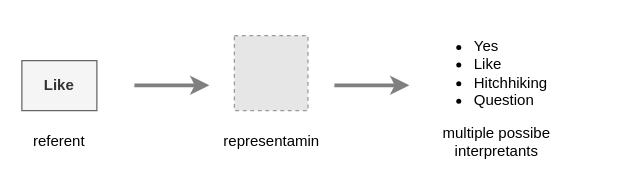
Above: page "semiotics" (3 of 6) of files/Paper-on-Loops-in-AI-and-Consciousness.drawio in malcolmlett/malcolmlett.github.io (draw.io), before the change. Source tidied: cells renumbered, new cells numbered last; positions are measured from the earlier drawing's top-left corner, leaving out a move shared by most shapes. Both pictures are drawn from the tidied source at 125%, with x=0, y=0 at pixel (21, 35). Pictures stored in the file or linked from it are replaced by grey dashed boxes.
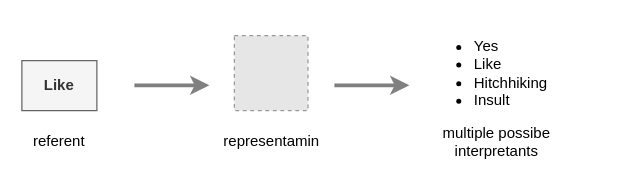
Above is the later version.

Diff of the diagram source:
```diff
@@
 <mxGraphModel>
   <root>
     <mxCell id="0" />
     <mxCell id="1" parent="0" />
     <mxCell id="2" style="fillColor=#E6E6E6;strokeColor=#999999;dashed=1;verticalLabelPosition=bottom;labelBackgroundColor=#ffffff;verticalAlign=top;" parent="1" vertex="1">
       <mxGeometry x="170" width="58.9" height="60" as="geometry" />
     </mxCell>
     <mxCell id="3" value="Like" style="text;html=1;align=center;verticalAlign=middle;whiteSpace=wrap;rounded=0;strokeColor=#666666;fillColor=#f5f5f5;fontColor=#333333;fontStyle=1;" parent="1" vertex="1">
       <mxGeometry y="20" width="60" height="40" as="geometry" />
     </mxCell>
     <mxCell id="4" value="referent" style="text;html=1;strokeColor=none;fillColor=none;align=center;verticalAlign=middle;whiteSpace=wrap;rounded=0;" parent="1" vertex="1">
       <mxGeometry y="70" width="60" height="30" as="geometry" />
     </mxCell>
     <mxCell id="5" value="representamin" style="text;html=1;strokeColor=none;fillColor=none;align=center;verticalAlign=middle;whiteSpace=wrap;rounded=0;" parent="1" vertex="1">
       <mxGeometry x="150" y="70" width="100" height="30" as="geometry" />
     </mxCell>
-    <mxCell id="6" value="&lt;ul&gt;&lt;li&gt;Yes&lt;/li&gt;&lt;li&gt;Like&lt;/li&gt;&lt;li&gt;Hitchhiking&lt;/li&gt;&lt;li&gt;Question&lt;/li&gt;&lt;/ul&gt;" style="text;html=1;strokeColor=none;fillColor=none;align=left;verticalAlign=middle;whiteSpace=wrap;rounded=0;" parent="1" vertex="1">
+    <mxCell id="6" value="&lt;ul&gt;&lt;li&gt;Yes&lt;/li&gt;&lt;li&gt;Like&lt;/li&gt;&lt;li&gt;Hitchhiking&lt;/li&gt;&lt;li&gt;Insult&lt;/li&gt;&lt;/ul&gt;" style="text;html=1;strokeColor=none;fillColor=none;align=left;verticalAlign=middle;whiteSpace=wrap;rounded=0;" parent="1" vertex="1">
       <mxGeometry x="320" width="140" height="60" as="geometry" />
     </mxCell>
     <mxCell id="7" value="multiple possibe interpretants" style="text;html=1;strokeColor=none;fillColor=none;align=center;verticalAlign=middle;whiteSpace=wrap;rounded=0;" parent="1" vertex="1">
       <mxGeometry x="330" y="70" width="100" height="30" as="geometry" />
     </mxCell>
     <mxCell id="8" style="endArrow=classic;html=1;rounded=0;strokeWidth=3;strokeColor=#808080;" parent="1" edge="1">
       <mxGeometry relative="1" as="geometry">
         <mxPoint x="90" y="39.7" as="sourcePoint" />
         <mxPoint x="150" y="39.7" as="targetPoint" />
       </mxGeometry>
     </mxCell>
     <mxCell id="9" style="endArrow=classic;html=1;rounded=0;strokeWidth=3;strokeColor=#808080;" parent="1" edge="1">
       <mxGeometry relative="1" as="geometry">
         <mxPoint x="250" y="39.7" as="sourcePoint" />
         <mxPoint x="310" y="39.7" as="targetPoint" />
       </mxGeometry>
     </mxCell>
   </root>
 </mxGraphModel>
```
